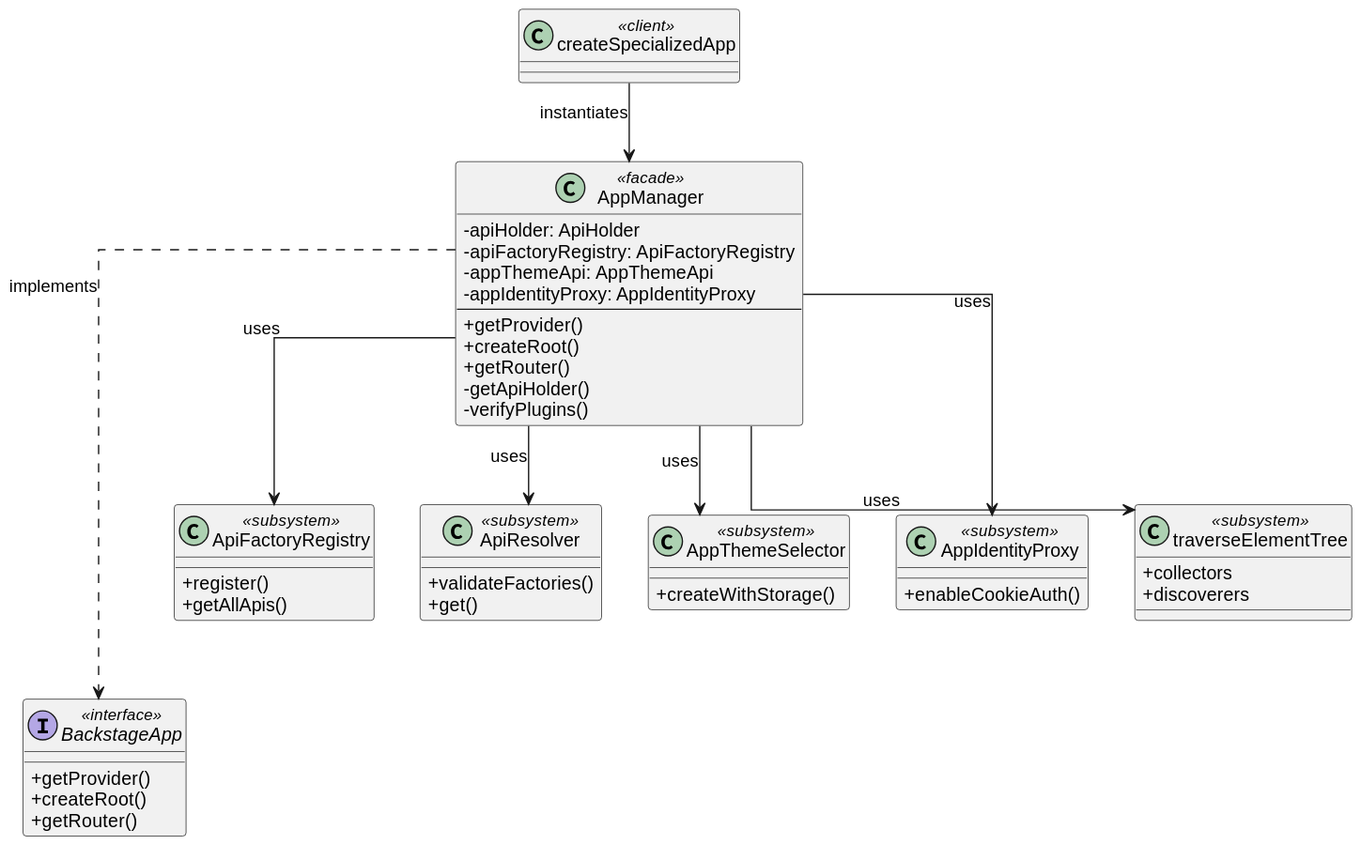
Earlier version of the PlantUML export Reports/Software_Deisgn_img/AppManager_facade.svg (Group06-SwDA/Project). The source it was exported from:
```plantuml
@startuml
skinparam classAttributeIconSize 0
skinparam linetype ortho

interface BackstageApp <<interface>> {
  + getProvider()
  + createRoot()
  + getRouter()
}

class AppManager <<facade>> {
  - apiHolder: ApiHolder
  - apiFactoryRegistry: ApiFactoryRegistry
  - appThemeApi: AppThemeApi
  - appIdentityProxy: AppIdentityProxy
  --
  + getProvider()
  + createRoot()
  + getRouter()
  - getApiHolder()
  - verifyPlugins()
}

class createSpecializedApp <<client>> {
}

class ApiFactoryRegistry <<subsystem>> {
  + register()
  + getAllApis()
}

class ApiResolver <<subsystem>> {
  + validateFactories()
  + get()
}

class AppThemeSelector <<subsystem>> {
  + createWithStorage()
}

class AppIdentityProxy <<subsystem>> {
  + enableCookieAuth()
}

class traverseElementTree <<subsystem>> {
  + collectors
  + discoverers
}

AppManager ...> BackstageApp : implements

createSpecializedApp --> AppManager : instantiates

AppManager --> ApiFactoryRegistry : uses
AppManager --> ApiResolver : uses
AppManager --> AppThemeSelector : uses
AppManager --> AppIdentityProxy : uses
AppManager --> traverseElementTree : uses
@enduml
```
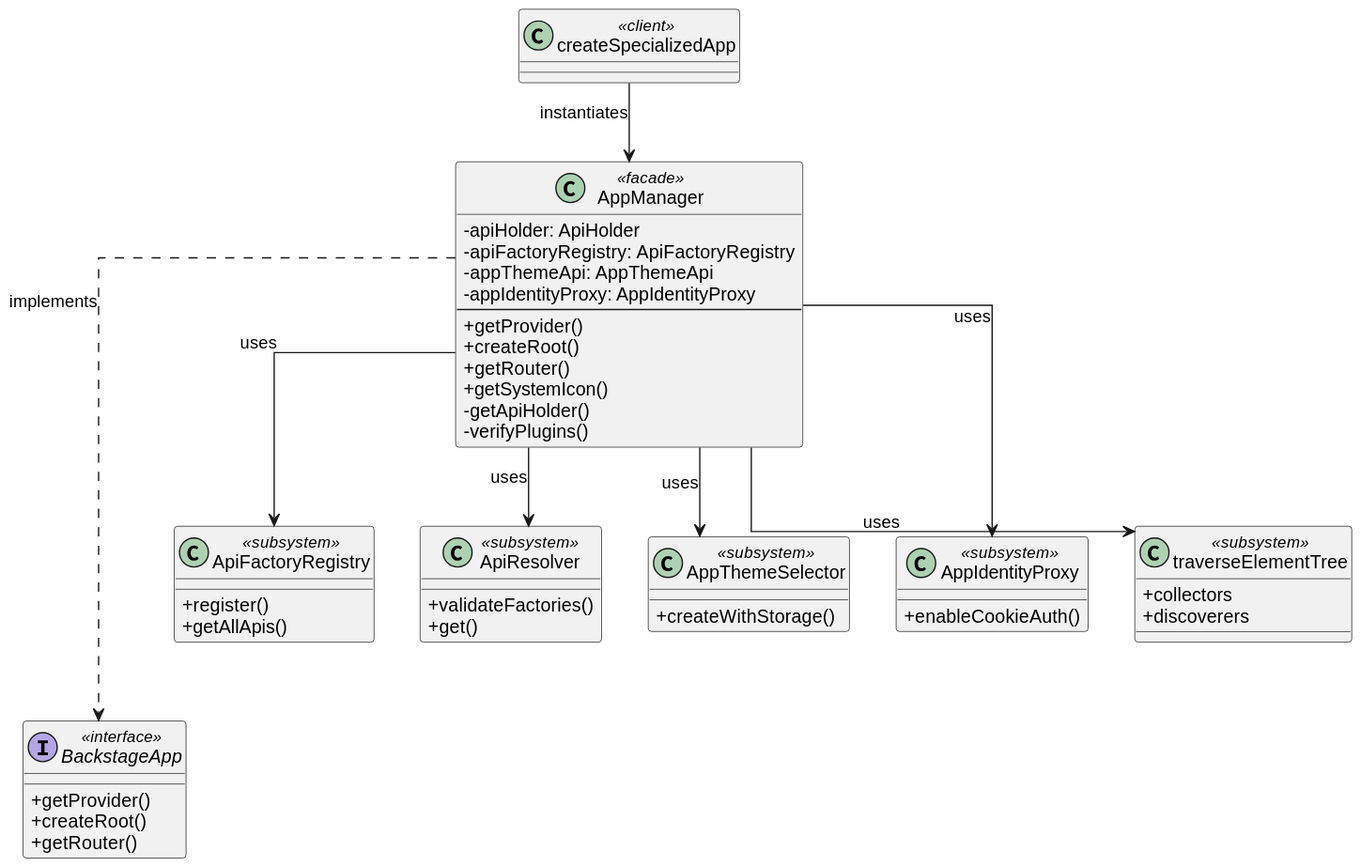
After the commit.

Change to the diagram source:
```diff
@@ -17,6 +17,7 @@
   + getProvider()
   + createRoot()
   + getRouter()
+  + getSystemIcon()
   - getApiHolder()
   - verifyPlugins()
 }
```
